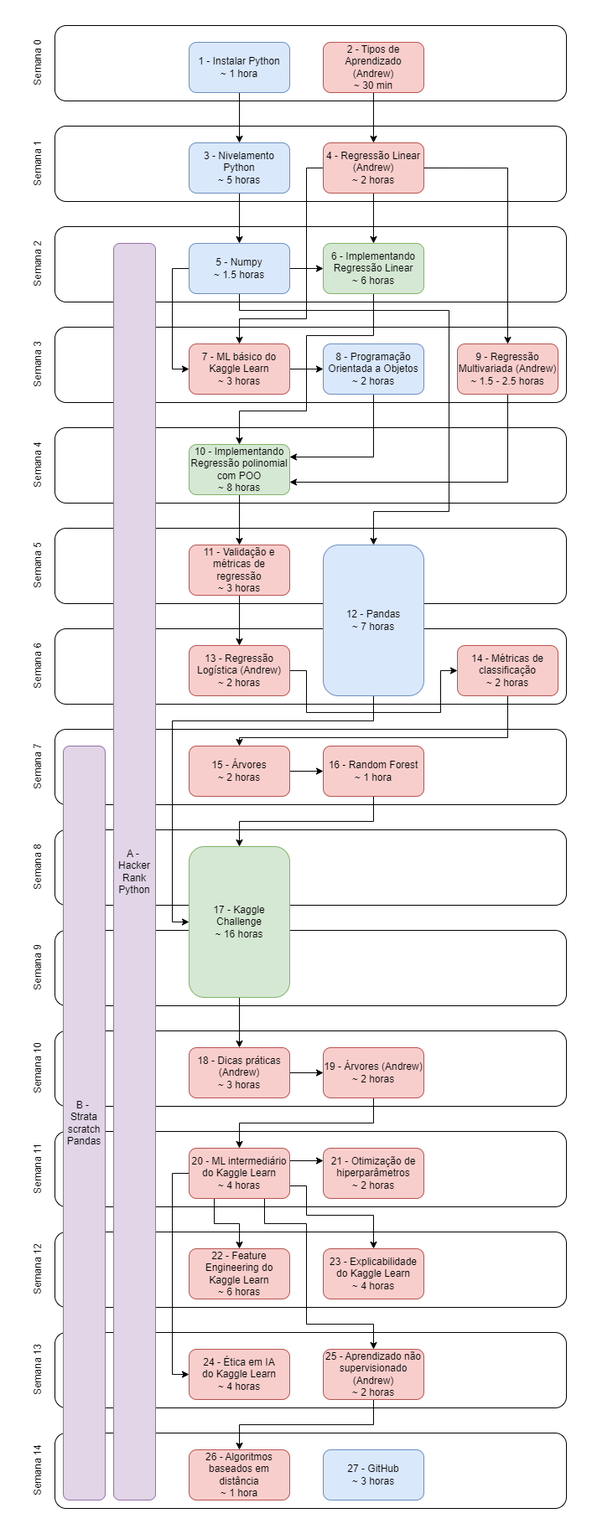
The draw.io diagram assets/img/ordem_atividades.png in vitaliset/vitaliset.github.io, before a commit. Source tidied: cells renumbered, new cells last; positions are measured from the earlier drawing's top-left corner, leaving out a move shared by most shapes.
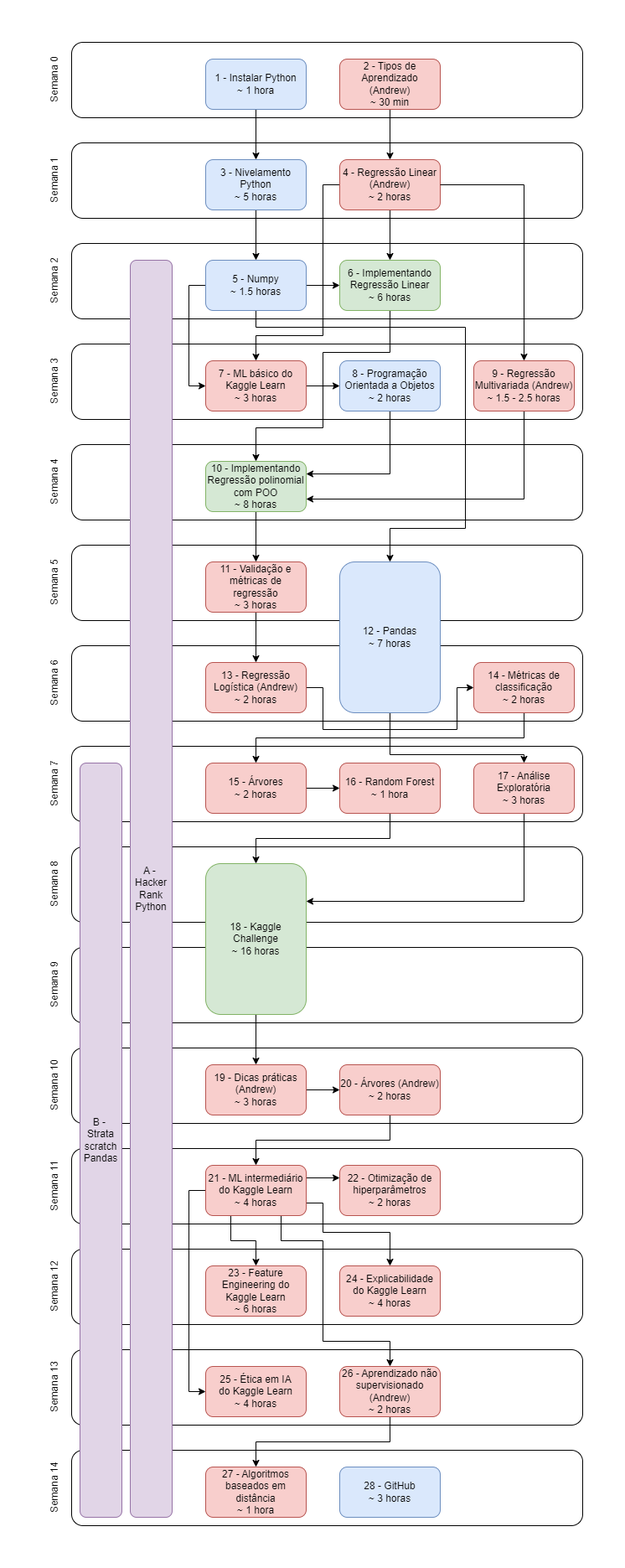
The same diagram one commit later.

The edit, as a diff of the source:
```diff
@@ -145,15 +145,14 @@
     <mxCell id="42" value="11 - Validação e métricas de regressão&lt;br&gt;~ 3 horas" style="rounded=1;whiteSpace=wrap;html=1;fillColor=#f8cecc;strokeColor=#b85450;" parent="1" vertex="1">
       <mxGeometry x="220" y="620" width="120" height="60" as="geometry" />
     </mxCell>
-    <mxCell id="43" style="edgeStyle=orthogonalEdgeStyle;rounded=0;jettySize=auto;html=1;exitX=0.5;exitY=1;exitDx=0;exitDy=0;entryX=0;entryY=0.5;entryDx=0;entryDy=0;" parent="1" edge="1" source="44" target="54">
-      <mxGeometry relative="1" as="geometry">
-        <Array as="points">
-          <mxPoint x="440" y="830" />
-          <mxPoint x="200" y="830" />
-          <mxPoint x="200" y="1070" />
-        </Array>
-      </mxGeometry>
-    </mxCell>
+    <mxCell id="90" style="edgeStyle=orthogonalEdgeStyle;rounded=0;jettySize=auto;html=1;exitX=0.5;exitY=1;exitDx=0;exitDy=0;entryX=0.5;entryY=0;entryDx=0;entryDy=0;" parent="1" edge="1" source="44" target="92">
+      <mxGeometry relative="1" as="geometry">
+        <Array as="points">
+          <mxPoint x="440" y="850" />
+          <mxPoint x="600" y="850" />
+        </Array>
+      </mxGeometry>
+    </mxCell>
     <mxCell id="44" value="12 - Pandas&lt;br&gt;~ 7 horas" style="rounded=1;whiteSpace=wrap;html=1;fillColor=#dae8fc;strokeColor=#6c8ebf;" parent="1" vertex="1">
       <mxGeometry x="380" y="620" width="120" height="180" as="geometry" />
     </mxCell>
@@ -173,8 +172,8 @@
     <mxCell id="47" style="edgeStyle=orthogonalEdgeStyle;rounded=0;jettySize=auto;html=1;exitX=0.5;exitY=1;exitDx=0;exitDy=0;entryX=0.5;entryY=0;entryDx=0;entryDy=0;" parent="1" edge="1" source="48" target="50">
       <mxGeometry relative="1" as="geometry">
         <Array as="points">
-          <mxPoint x="600" y="850" />
-          <mxPoint x="280" y="850" />
+          <mxPoint x="600" y="830" />
+          <mxPoint x="280" y="830" />
         </Array>
       </mxGeometry>
     </mxCell>
@@ -196,19 +195,19 @@
     <mxCell id="53" style="edgeStyle=orthogonalEdgeStyle;rounded=0;jettySize=auto;html=1;exitX=0.5;exitY=1;exitDx=0;exitDy=0;entryX=0.5;entryY=0;entryDx=0;entryDy=0;" parent="1" edge="1" source="54" target="56">
       <mxGeometry relative="1" as="geometry" />
     </mxCell>
-    <mxCell id="54" value="17 -&amp;nbsp;Kaggle Challenge&lt;br&gt;~ 16 horas" style="rounded=1;whiteSpace=wrap;html=1;fillColor=#d5e8d4;strokeColor=#82b366;" parent="1" vertex="1">
+    <mxCell id="54" value="18 -&amp;nbsp;Kaggle Challenge&lt;br&gt;~ 16 horas" style="rounded=1;whiteSpace=wrap;html=1;fillColor=#d5e8d4;strokeColor=#82b366;" parent="1" vertex="1">
       <mxGeometry x="220" y="980" width="120" height="180" as="geometry" />
     </mxCell>
     <mxCell id="55" style="edgeStyle=orthogonalEdgeStyle;rounded=0;jettySize=auto;html=1;exitX=1;exitY=0.5;exitDx=0;exitDy=0;" parent="1" edge="1" source="56" target="58">
       <mxGeometry relative="1" as="geometry" />
     </mxCell>
-    <mxCell id="56" value="18 - Dicas práticas (Andrew)&lt;br&gt;~ 3 horas" style="rounded=1;whiteSpace=wrap;html=1;fillColor=#f8cecc;strokeColor=#b85450;" parent="1" vertex="1">
+    <mxCell id="56" value="19 - Dicas práticas (Andrew)&lt;br&gt;~ 3 horas" style="rounded=1;whiteSpace=wrap;html=1;fillColor=#f8cecc;strokeColor=#b85450;" parent="1" vertex="1">
       <mxGeometry x="220" y="1220" width="120" height="60" as="geometry" />
     </mxCell>
     <mxCell id="57" style="edgeStyle=orthogonalEdgeStyle;rounded=0;jettySize=auto;html=1;exitX=0.5;exitY=1;exitDx=0;exitDy=0;" parent="1" edge="1" source="58" target="64">
       <mxGeometry relative="1" as="geometry" />
     </mxCell>
-    <mxCell id="58" value="19 - Árvores (Andrew)&lt;br&gt;~ 2 horas" style="rounded=1;whiteSpace=wrap;html=1;fillColor=#f8cecc;strokeColor=#b85450;" parent="1" vertex="1">
+    <mxCell id="58" value="20 - Árvores (Andrew)&lt;br&gt;~ 2 horas" style="rounded=1;whiteSpace=wrap;html=1;fillColor=#f8cecc;strokeColor=#b85450;" parent="1" vertex="1">
       <mxGeometry x="380" y="1220" width="120" height="60" as="geometry" />
     </mxCell>
     <mxCell id="59" style="edgeStyle=orthogonalEdgeStyle;rounded=0;jettySize=auto;html=1;exitX=1;exitY=0.25;exitDx=0;exitDy=0;entryX=0;entryY=0.25;entryDx=0;entryDy=0;" parent="1" edge="1" source="64" target="65">
@@ -239,31 +238,31 @@
         </Array>
       </mxGeometry>
     </mxCell>
-    <mxCell id="64" value="20 - ML intermediário do Kaggle Learn&lt;br&gt;~ 4 horas" style="rounded=1;whiteSpace=wrap;html=1;fillColor=#f8cecc;strokeColor=#b85450;" parent="1" vertex="1">
+    <mxCell id="64" value="21 - ML intermediário do Kaggle Learn&lt;br&gt;~ 4 horas" style="rounded=1;whiteSpace=wrap;html=1;fillColor=#f8cecc;strokeColor=#b85450;" parent="1" vertex="1">
       <mxGeometry x="220" y="1340" width="120" height="60" as="geometry" />
     </mxCell>
-    <mxCell id="65" value="21 - Otimização de hiperparâmetros&lt;br&gt;~ 2 horas" style="rounded=1;whiteSpace=wrap;html=1;fillColor=#f8cecc;strokeColor=#b85450;" parent="1" vertex="1">
+    <mxCell id="65" value="22 - Otimização de hiperparâmetros&lt;br&gt;~ 2 horas" style="rounded=1;whiteSpace=wrap;html=1;fillColor=#f8cecc;strokeColor=#b85450;" parent="1" vertex="1">
       <mxGeometry x="380" y="1340" width="120" height="60" as="geometry" />
     </mxCell>
-    <mxCell id="66" value="22 - Feature Engineering do Kaggle Learn&lt;br&gt;~ 6 horas" style="rounded=1;whiteSpace=wrap;html=1;fillColor=#f8cecc;strokeColor=#b85450;" parent="1" vertex="1">
+    <mxCell id="66" value="23 - Feature Engineering do Kaggle Learn&lt;br&gt;~ 6 horas" style="rounded=1;whiteSpace=wrap;html=1;fillColor=#f8cecc;strokeColor=#b85450;" parent="1" vertex="1">
       <mxGeometry x="220" y="1460" width="120" height="60" as="geometry" />
     </mxCell>
-    <mxCell id="67" value="23 - Explicabilidade&lt;br&gt;do Kaggle Learn&lt;br&gt;~ 4 horas" style="rounded=1;whiteSpace=wrap;html=1;fillColor=#f8cecc;strokeColor=#b85450;" parent="1" vertex="1">
+    <mxCell id="67" value="24 - Explicabilidade&lt;br&gt;do Kaggle Learn&lt;br&gt;~ 4 horas" style="rounded=1;whiteSpace=wrap;html=1;fillColor=#f8cecc;strokeColor=#b85450;" parent="1" vertex="1">
       <mxGeometry x="380" y="1460" width="120" height="60" as="geometry" />
     </mxCell>
-    <mxCell id="68" value="24 - Ética em IA&lt;br&gt;do Kaggle Learn&lt;br&gt;~ 4 horas" style="rounded=1;whiteSpace=wrap;html=1;fillColor=#f8cecc;strokeColor=#b85450;" parent="1" vertex="1">
+    <mxCell id="68" value="25 - Ética em IA&lt;br&gt;do Kaggle Learn&lt;br&gt;~ 4 horas" style="rounded=1;whiteSpace=wrap;html=1;fillColor=#f8cecc;strokeColor=#b85450;" parent="1" vertex="1">
       <mxGeometry x="220" y="1580" width="120" height="60" as="geometry" />
     </mxCell>
     <mxCell id="69" style="edgeStyle=orthogonalEdgeStyle;rounded=0;jettySize=auto;html=1;exitX=0.5;exitY=1;exitDx=0;exitDy=0;entryX=0.5;entryY=0;entryDx=0;entryDy=0;" parent="1" edge="1" source="70" target="71">
       <mxGeometry relative="1" as="geometry" />
     </mxCell>
-    <mxCell id="70" value="25 - Aprendizado não supervisionado (Andrew)&lt;br&gt;~ 2 horas" style="rounded=1;whiteSpace=wrap;html=1;fillColor=#f8cecc;strokeColor=#b85450;" parent="1" vertex="1">
+    <mxCell id="70" value="26 - Aprendizado não supervisionado (Andrew)&lt;br&gt;~ 2 horas" style="rounded=1;whiteSpace=wrap;html=1;fillColor=#f8cecc;strokeColor=#b85450;" parent="1" vertex="1">
       <mxGeometry x="380" y="1580" width="120" height="60" as="geometry" />
     </mxCell>
-    <mxCell id="71" value="26 - Algoritmos baseados em distância&lt;br&gt;~ 1 hora" style="rounded=1;whiteSpace=wrap;html=1;fillColor=#f8cecc;strokeColor=#b85450;" parent="1" vertex="1">
+    <mxCell id="71" value="27 - Algoritmos baseados em distância&lt;br&gt;~ 1 hora" style="rounded=1;whiteSpace=wrap;html=1;fillColor=#f8cecc;strokeColor=#b85450;" parent="1" vertex="1">
       <mxGeometry x="220" y="1700" width="120" height="60" as="geometry" />
     </mxCell>
-    <mxCell id="72" value="27 - GitHub&lt;br&gt;~ 3 horas" style="rounded=1;whiteSpace=wrap;html=1;fillColor=#dae8fc;strokeColor=#6c8ebf;" parent="1" vertex="1">
+    <mxCell id="72" value="28 - GitHub&lt;br&gt;~ 3 horas" style="rounded=1;whiteSpace=wrap;html=1;fillColor=#dae8fc;strokeColor=#6c8ebf;" parent="1" vertex="1">
       <mxGeometry x="380" y="1700" width="120" height="60" as="geometry" />
     </mxCell>
     <mxCell id="73" value="A -&amp;nbsp;&lt;br&gt;Hacker&lt;br&gt;Rank&lt;br&gt;Python" style="rounded=1;whiteSpace=wrap;html=1;fillColor=#e1d5e7;strokeColor=#9673a6;" parent="1" vertex="1">
@@ -317,5 +316,11 @@
     <mxCell id="89" value="Semana 14" style="text;html=1;align=center;verticalAlign=middle;strokeColor=none;fillColor=none;rotation=-90;" parent="1" vertex="1">
       <mxGeometry y="1710" width="80" height="30" as="geometry" />
     </mxCell>
+    <mxCell id="91" style="edgeStyle=orthogonalEdgeStyle;rounded=0;jettySize=auto;html=1;exitX=0.5;exitY=1;exitDx=0;exitDy=0;entryX=1;entryY=0.25;entryDx=0;entryDy=0;" parent="1" edge="1" source="92" target="54">
+      <mxGeometry relative="1" as="geometry" />
+    </mxCell>
+    <mxCell id="92" value="17 - Análise Exploratória&lt;br&gt;~ 3 horas" style="rounded=1;whiteSpace=wrap;html=1;fillColor=#f8cecc;strokeColor=#b85450;" parent="1" vertex="1">
+      <mxGeometry x="540" y="860" width="120" height="60" as="geometry" />
+    </mxCell>
   </root>
 </mxGraphModel>
```
